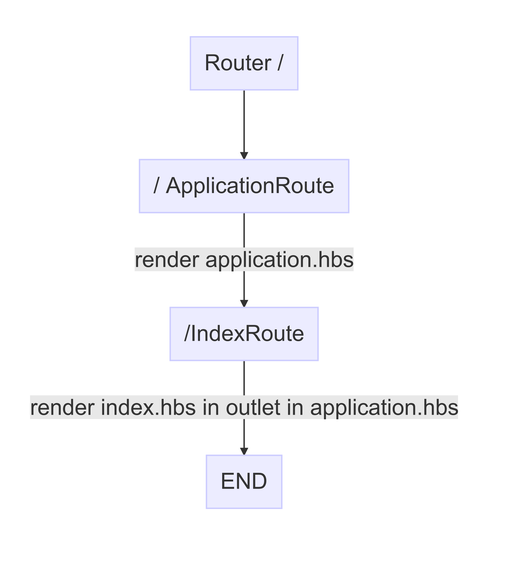
pwim/ember-tokyo-reborn keeps this Mermaid diagram as graphs/sample-01.mmd.png. Above is the earlier version. Its source is kept beside it as mmd/sample-01.mmd. Its diagram source:
```mermaid
graph TD
  Router[Router /]
  Router-->ApplicationRoute[/ ApplicationRoute]
  ApplicationRoute--> |render application.hbs| IndexRoute[/IndexRoute]
  IndexRoute-->|render index.hbs in outlet in application.hbs| END
```
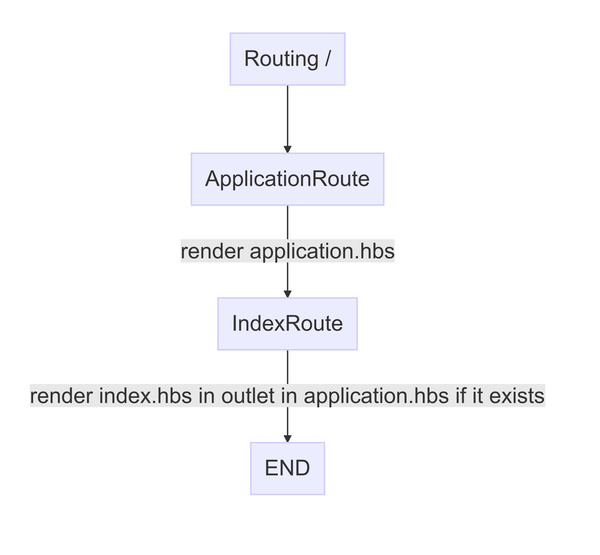
Above is the later version.

What changed in the source:
```diff
@@ -1,5 +1,5 @@
 graph TD
-  Router[Router /]
-  Router-->ApplicationRoute[/ ApplicationRoute]
-  ApplicationRoute--> |render application.hbs| IndexRoute[/IndexRoute]
-  IndexRoute-->|render index.hbs in outlet in application.hbs| END
+  Router[Routing /]
+  Router-->ApplicationRoute[ApplicationRoute]
+  ApplicationRoute--> |render application.hbs| IndexRoute[IndexRoute]
+  IndexRoute-->|render index.hbs in outlet in application.hbs if it exists| END
```
